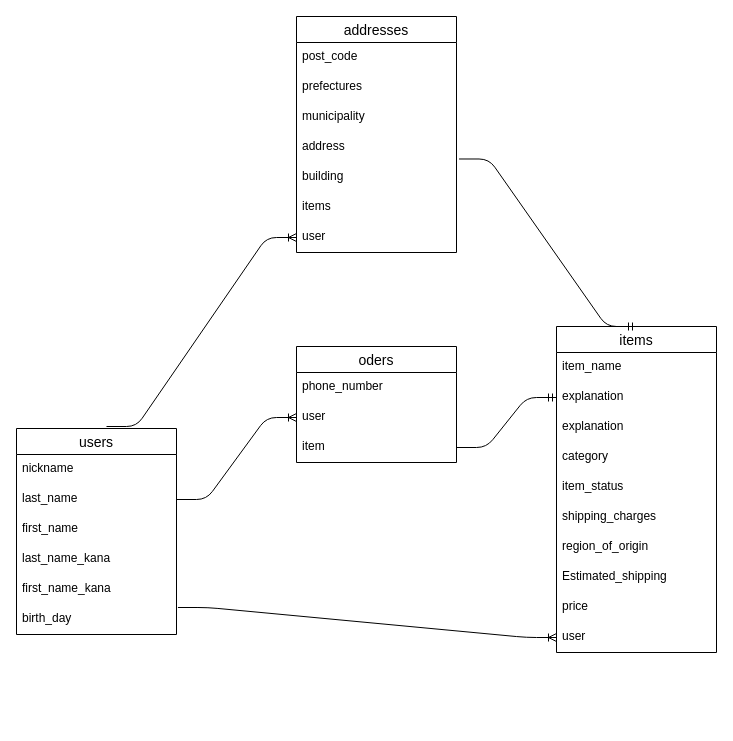
kopelwende/furima-38661 keeps this draw.io diagram as furima-38661.dio. Above is the earlier version. Source tidied: cells renumbered, new cells numbered last; positions are measured from the earlier drawing's top-left corner, leaving out a move shared by most shapes. Both pictures are drawn from the tidied source at 100%, with x=0, y=0 at pixel (16, 16).
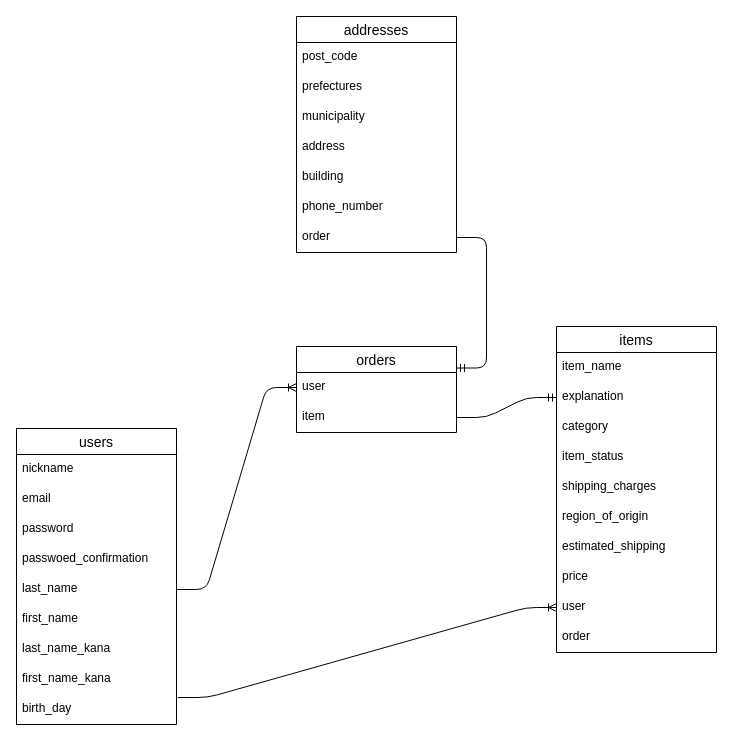
Above is the later version.

The change refers to these unchanged cells:
```xml
<mxCell id="9" value="items" style="swimlane;fontStyle=0;horizontal=1;startSize=26;align=center;fontSize=14;" parent="1" vertex="1">
  <mxGeometry x="540" y="310" width="160" height="326" as="geometry" />
</mxCell>
<mxCell id="20" value="addresses" style="swimlane;fontStyle=0;horizontal=1;startSize=26;align=center;fontSize=14;" parent="1" vertex="1">
  <mxGeometry x="280" width="160" height="236" as="geometry" />
</mxCell>
<mxCell id="25" value="building" style="text;strokeColor=none;fillColor=none;spacingLeft=4;spacingRight=4;overflow=hidden;points=[[0,0.5],[1,0.5]];portConstraint=eastwest;fontSize=12;" parent="20" vertex="1">
  <mxGeometry y="146" width="160" height="30" as="geometry" />
</mxCell>
```

Change to the diagram source:
```diff
@@
     <mxCell id="2" value="users" style="swimlane;fontStyle=0;horizontal=1;startSize=26;align=center;fontSize=14;" parent="1" vertex="1">
-      <mxGeometry y="412" width="160" height="206" as="geometry" />
+      <mxGeometry y="412" width="160" height="296" as="geometry" />
     </mxCell>
@@
+    <mxCell id="37" value="email" style="text;strokeColor=none;fillColor=none;spacingLeft=4;spacingRight=4;overflow=hidden;fontSize=12;" parent="2" vertex="1">
+      <mxGeometry y="56" width="160" height="30" as="geometry" />
+    </mxCell>
+    <mxCell id="38" value="password" style="text;strokeColor=none;fillColor=none;spacingLeft=4;spacingRight=4;overflow=hidden;fontSize=12;" parent="2" vertex="1">
+      <mxGeometry y="86" width="160" height="30" as="geometry" />
+    </mxCell>
+    <mxCell id="39" value="passwoed_confirmation" style="text;strokeColor=none;fillColor=none;spacingLeft=4;spacingRight=4;overflow=hidden;fontSize=12;" parent="2" vertex="1">
+      <mxGeometry y="116" width="160" height="30" as="geometry" />
+    </mxCell>
     <mxCell id="4" value="last_name" style="text;strokeColor=none;fillColor=none;spacingLeft=4;spacingRight=4;overflow=hidden;points=[[0,0.5],[1,0.5]];portConstraint=eastwest;fontSize=12;" parent="2" vertex="1">
-      <mxGeometry y="56" width="160" height="30" as="geometry" />
+      <mxGeometry y="146" width="160" height="30" as="geometry" />
     </mxCell>
     <mxCell id="5" value="first_name" style="text;strokeColor=none;fillColor=none;spacingLeft=4;spacingRight=4;overflow=hidden;fontSize=12;" parent="2" vertex="1">
-      <mxGeometry y="86" width="160" height="30" as="geometry" />
+      <mxGeometry y="176" width="160" height="30" as="geometry" />
     </mxCell>
     <mxCell id="6" value="last_name_kana" style="text;strokeColor=none;fillColor=none;spacingLeft=4;spacingRight=4;overflow=hidden;fontSize=12;" parent="2" vertex="1">
-      <mxGeometry y="116" width="160" height="30" as="geometry" />
+      <mxGeometry y="206" width="160" height="30" as="geometry" />
     </mxCell>
     <mxCell id="7" value="first_name_kana" style="text;strokeColor=none;fillColor=none;spacingLeft=4;spacingRight=4;overflow=hidden;fontSize=12;" parent="2" vertex="1">
-      <mxGeometry y="146" width="160" height="30" as="geometry" />
+      <mxGeometry y="236" width="160" height="30" as="geometry" />
     </mxCell>
     <mxCell id="8" value="birth_day" style="text;strokeColor=none;fillColor=none;spacingLeft=4;spacingRight=4;overflow=hidden;points=[[0,0.5],[1,0.5]];portConstraint=eastwest;fontSize=12;" parent="2" vertex="1">
-      <mxGeometry y="176" width="160" height="30" as="geometry" />
+      <mxGeometry y="266" width="160" height="30" as="geometry" />
     </mxCell>
@@
-    <mxCell id="12" value="explanation" style="text;strokeColor=none;fillColor=none;spacingLeft=4;spacingRight=4;overflow=hidden;fontSize=12;" parent="9" vertex="1">
-      <mxGeometry y="86" width="160" height="30" as="geometry" />
-    </mxCell>
     <mxCell id="13" value="category" style="text;strokeColor=none;fillColor=none;spacingLeft=4;spacingRight=4;overflow=hidden;fontSize=12;" parent="9" vertex="1">
-      <mxGeometry y="116" width="160" height="30" as="geometry" />
+      <mxGeometry y="86" width="160" height="30" as="geometry" />
     </mxCell>
     <mxCell id="14" value="item_status" style="text;strokeColor=none;fillColor=none;spacingLeft=4;spacingRight=4;overflow=hidden;fontSize=12;" parent="9" vertex="1">
-      <mxGeometry y="146" width="160" height="30" as="geometry" />
+      <mxGeometry y="116" width="160" height="30" as="geometry" />
     </mxCell>
     <mxCell id="15" value="shipping_charges" style="text;strokeColor=none;fillColor=none;spacingLeft=4;spacingRight=4;overflow=hidden;fontSize=12;" parent="9" vertex="1">
-      <mxGeometry y="176" width="160" height="30" as="geometry" />
+      <mxGeometry y="146" width="160" height="30" as="geometry" />
     </mxCell>
     <mxCell id="16" value="region_of_origin&#10;" style="text;strokeColor=none;fillColor=none;spacingLeft=4;spacingRight=4;overflow=hidden;fontSize=12;" parent="9" vertex="1">
-      <mxGeometry y="206" width="160" height="30" as="geometry" />
+      <mxGeometry y="176" width="160" height="30" as="geometry" />
     </mxCell>
-    <mxCell id="17" value="Estimated_shipping" style="text;strokeColor=none;fillColor=none;spacingLeft=4;spacingRight=4;overflow=hidden;fontSize=12;" parent="9" vertex="1">
-      <mxGeometry y="236" width="160" height="30" as="geometry" />
+    <mxCell id="17" value="estimated_shipping" style="text;strokeColor=none;fillColor=none;spacingLeft=4;spacingRight=4;overflow=hidden;fontSize=12;" parent="9" vertex="1">
+      <mxGeometry y="206" width="160" height="30" as="geometry" />
     </mxCell>
     <mxCell id="18" value="price&#10;" style="text;strokeColor=none;fillColor=none;spacingLeft=4;spacingRight=4;overflow=hidden;fontSize=12;" parent="9" vertex="1">
-      <mxGeometry y="266" width="160" height="30" as="geometry" />
+      <mxGeometry y="236" width="160" height="30" as="geometry" />
     </mxCell>
     <mxCell id="19" value="user" style="text;strokeColor=none;fillColor=none;spacingLeft=4;spacingRight=4;overflow=hidden;points=[[0,0.5],[1,0.5]];portConstraint=eastwest;fontSize=12;" parent="9" vertex="1">
-      <mxGeometry y="296" width="160" height="30" as="geometry" />
+      <mxGeometry y="266" width="160" height="30" as="geometry" />
     </mxCell>
+    <mxCell id="40" value="order" style="text;strokeColor=none;fillColor=none;spacingLeft=4;spacingRight=4;overflow=hidden;fontSize=12;" parent="9" vertex="1">
+      <mxGeometry y="296" width="160" height="30" as="geometry" />
+    </mxCell>
@@
-    <mxCell id="26" value="items" style="text;strokeColor=none;fillColor=none;spacingLeft=4;spacingRight=4;overflow=hidden;fontSize=12;" parent="20" vertex="1">
+    <mxCell id="26" value="phone_number" style="text;strokeColor=none;fillColor=none;spacingLeft=4;spacingRight=4;overflow=hidden;fontSize=12;" parent="20" vertex="1">
       <mxGeometry y="176" width="160" height="30" as="geometry" />
     </mxCell>
-    <mxCell id="27" value="user" style="text;strokeColor=none;fillColor=none;spacingLeft=4;spacingRight=4;overflow=hidden;points=[[0,0.5],[1,0.5]];portConstraint=eastwest;fontSize=12;" parent="20" vertex="1">
+    <mxCell id="27" value="order" style="text;strokeColor=none;fillColor=none;spacingLeft=4;spacingRight=4;overflow=hidden;points=[[0,0.5],[1,0.5]];portConstraint=eastwest;fontSize=12;" parent="20" vertex="1">
       <mxGeometry y="206" width="160" height="30" as="geometry" />
     </mxCell>
-    <mxCell id="28" value="oders" style="swimlane;fontStyle=0;horizontal=1;startSize=26;align=center;fontSize=14;" parent="1" vertex="1">
-      <mxGeometry x="280" y="330" width="160" height="116" as="geometry" />
+    <mxCell id="28" value="orders" style="swimlane;fontStyle=0;horizontal=1;startSize=26;align=center;fontSize=14;" parent="1" vertex="1">
+      <mxGeometry x="280" y="330" width="160" height="86" as="geometry" />
     </mxCell>
-    <mxCell id="29" value="phone_number" style="text;strokeColor=none;fillColor=none;spacingLeft=4;spacingRight=4;overflow=hidden;fontSize=12;" parent="28" vertex="1">
-      <mxGeometry y="26" width="160" height="30" as="geometry" />
-    </mxCell>
     <mxCell id="30" value="user" style="text;strokeColor=none;fillColor=none;spacingLeft=4;spacingRight=4;overflow=hidden;points=[[0,0.5],[1,0.5]];portConstraint=eastwest;fontSize=12;" parent="28" vertex="1">
-      <mxGeometry y="56" width="160" height="30" as="geometry" />
+      <mxGeometry y="26" width="160" height="30" as="geometry" />
     </mxCell>
     <mxCell id="31" value="item" style="text;strokeColor=none;fillColor=none;spacingLeft=4;spacingRight=4;overflow=hidden;points=[[0,0.5],[1,0.5]];portConstraint=eastwest;fontSize=12;" parent="28" vertex="1">
-      <mxGeometry y="86" width="160" height="30" as="geometry" />
+      <mxGeometry y="56" width="160" height="30" as="geometry" />
     </mxCell>
@@
-    <mxCell id="34" style="edgeStyle=entityRelationEdgeStyle;fontSize=12;html=1;endArrow=ERoneToMany;entryX=0;entryY=0.5;entryDx=0;entryDy=0;" parent="1" edge="1" target="27">
-      <mxGeometry relative="1" as="geometry">
-        <mxPoint x="90" y="410" as="sourcePoint" />
-      </mxGeometry>
-    </mxCell>
@@
-    <mxCell id="36" style="edgeStyle=entityRelationEdgeStyle;fontSize=12;html=1;endArrow=ERmandOne;entryX=0.5;entryY=0;entryDx=0;entryDy=0;exitX=1.016;exitY=-0.117;exitDx=0;exitDy=0;exitPerimeter=0;" parent="1" edge="1" source="25" target="9">
-      <mxGeometry relative="1" as="geometry" />
-    </mxCell>
+    <mxCell id="41" style="edgeStyle=entityRelationEdgeStyle;fontSize=12;html=1;endArrow=ERmandOne;entryX=1;entryY=0.25;entryDx=0;entryDy=0;exitX=1;exitY=0.5;exitDx=0;exitDy=0;" parent="1" edge="1" source="27" target="28">
+      <mxGeometry relative="1" as="geometry" />
+    </mxCell>
```
